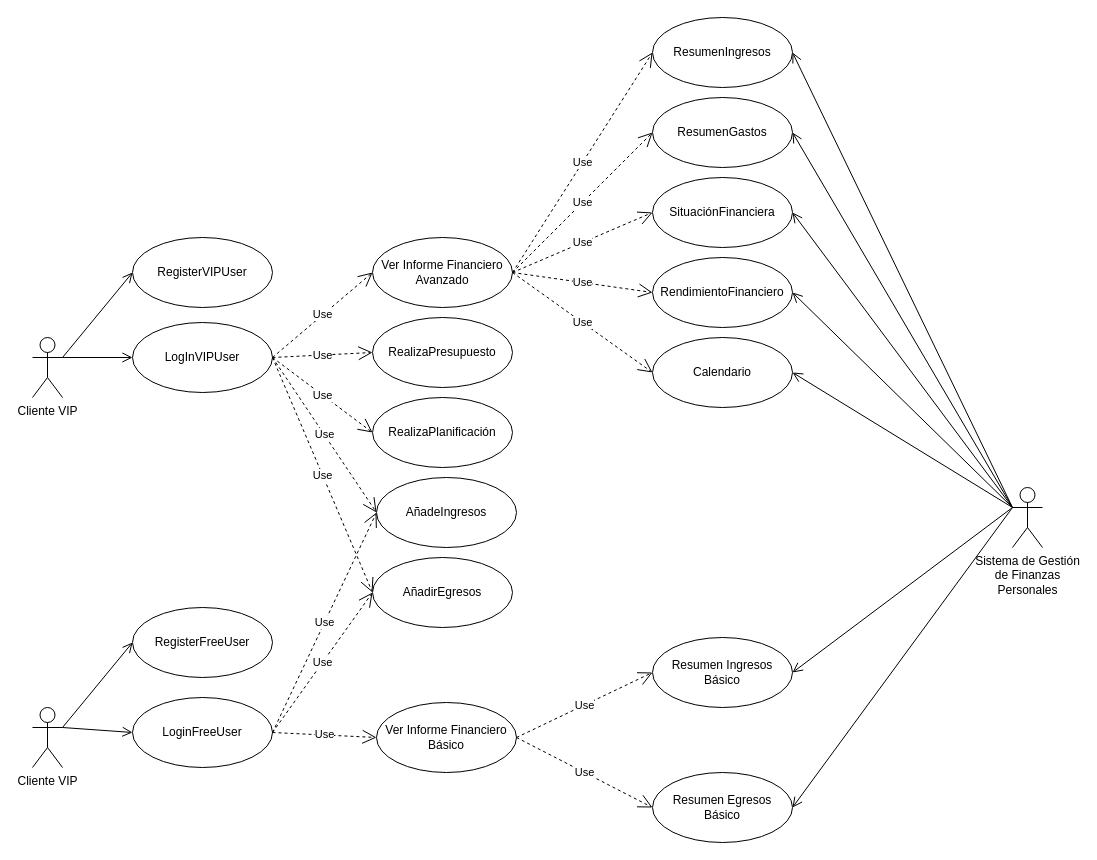
Earlier version of the draw.io diagram Biblioteca de Recursos/Diagramas/Diagrama Casos de Uso.drawio (FinTionPro/fintion-project). Source tidied: cells renumbered, new cells numbered last; positions are measured from the earlier drawing's top-left corner, leaving out a move shared by most shapes. Both pictures are drawn from the tidied source at 100%, with x=0, y=0 at pixel (32, 17).
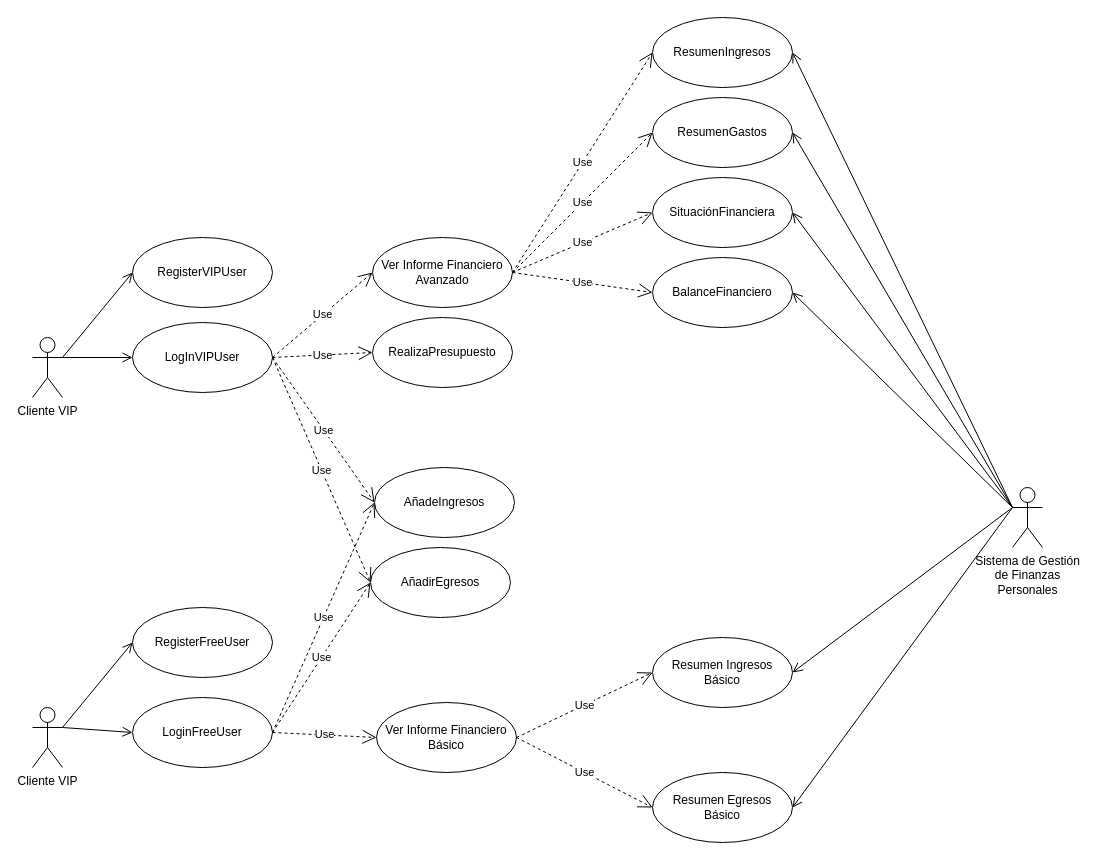
Above is the later version.

Commit message (it also covers changes not shown here):
Update diagrama db actualizado y diagrama caso de uso

Unchanged cells that the change refers to:
```xml
<mxCell id="4" value="Sistema de Gestión&lt;br&gt;de Finanzas&lt;br&gt;Personales" style="shape=umlActor;verticalLabelPosition=bottom;verticalAlign=top;html=1;outlineConnect=0;" parent="1" vertex="1">
  <mxGeometry x="980" y="470" width="30" height="60" as="geometry" />
</mxCell>
<mxCell id="5" value="Ver Informe Financiero Avanzado" style="ellipse;whiteSpace=wrap;html=1;" parent="1" vertex="1">
  <mxGeometry x="340" y="220" width="140" height="70" as="geometry" />
</mxCell>
<mxCell id="18" value="LogInVIPUser" style="ellipse;whiteSpace=wrap;html=1;" parent="1" vertex="1">
  <mxGeometry x="100" y="305" width="140" height="70" as="geometry" />
</mxCell>
```

Diff of the diagram source:
```diff
@@
-    <mxCell id="15" value="RendimientoFinanciero" style="ellipse;whiteSpace=wrap;html=1;" parent="1" vertex="1">
+    <mxCell id="15" value="BalanceFinanciero" style="ellipse;whiteSpace=wrap;html=1;" parent="1" vertex="1">
       <mxGeometry x="620" y="240" width="140" height="70" as="geometry" />
     </mxCell>
@@
-    <mxCell id="23" value="Calendario" style="ellipse;whiteSpace=wrap;html=1;" parent="1" vertex="1">
-      <mxGeometry x="620" y="320" width="140" height="70" as="geometry" />
-    </mxCell>
-    <mxCell id="24" value="Use" style="endArrow=open;endSize=12;dashed=1;html=1;rounded=0;entryX=0;entryY=0.5;entryDx=0;entryDy=0;exitX=1;exitY=0.5;exitDx=0;exitDy=0;" parent="1" edge="1" source="5" target="23">
-      <mxGeometry relative="1" as="geometry" />
-    </mxCell>
-    <mxCell id="25" style="endArrow=open;startArrow=none;endFill=0;startFill=0;endSize=8;html=1;verticalAlign=bottom;labelBackgroundColor=none;strokeWidth=1;rounded=0;exitX=0;exitY=0.3333333333333333;exitDx=0;exitDy=0;exitPerimeter=0;entryX=1;entryY=0.5;entryDx=0;entryDy=0;" parent="1" edge="1" source="4" target="23">
-      <mxGeometry relative="1" as="geometry" />
-    </mxCell>
@@
-    <mxCell id="28" value="RealizaPlanificación" style="ellipse;whiteSpace=wrap;html=1;" parent="1" vertex="1">
-      <mxGeometry x="340" y="380" width="140" height="70" as="geometry" />
-    </mxCell>
-    <mxCell id="29" value="Use" style="endArrow=open;endSize=12;dashed=1;html=1;rounded=0;entryX=0;entryY=0.5;entryDx=0;entryDy=0;exitX=1;exitY=0.5;exitDx=0;exitDy=0;" parent="1" edge="1" source="18" target="28">
-      <mxGeometry relative="1" as="geometry" />
-    </mxCell>
     <mxCell id="30" value="AñadeIngresos" style="ellipse;whiteSpace=wrap;html=1;" parent="1" vertex="1">
-      <mxGeometry x="344" y="460" width="140" height="70" as="geometry" />
+      <mxGeometry x="342" y="450" width="140" height="70" as="geometry" />
     </mxCell>
     <mxCell id="31" value="AñadirEgresos" style="ellipse;whiteSpace=wrap;html=1;" parent="1" vertex="1">
-      <mxGeometry x="340" y="540" width="140" height="70" as="geometry" />
+      <mxGeometry x="338" y="530" width="140" height="70" as="geometry" />
     </mxCell>
```
